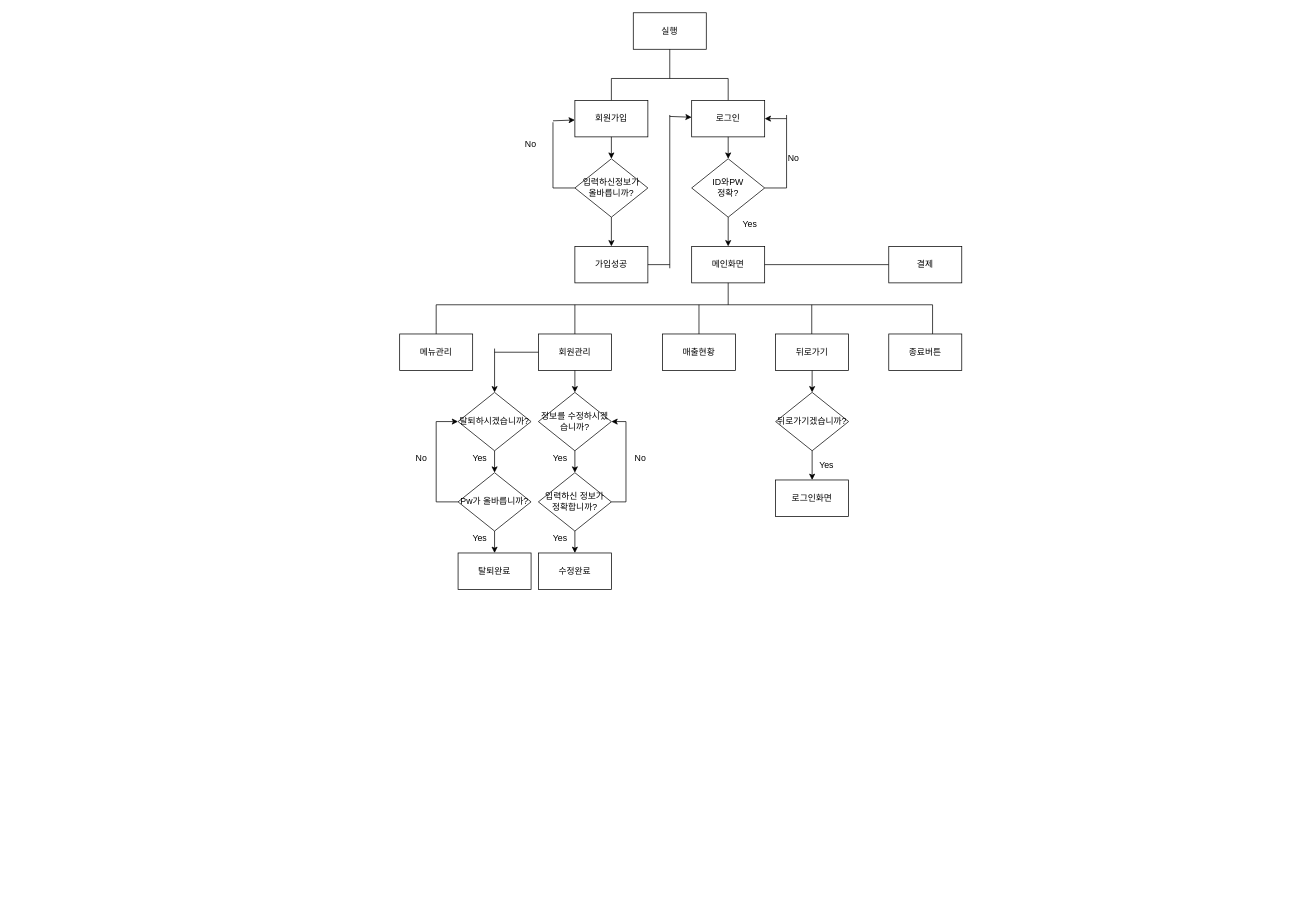
Before: Untitled Diagram.drawio in ckhoovv/bigdatajava, a draw.io diagram. Source tidied: cells renumbered, new cells numbered last; positions are measured from the earlier drawing's top-left corner, leaving out a move shared by most shapes. Both pictures are drawn from the tidied source at 73%, with x=0, y=0 at pixel (399, 12).
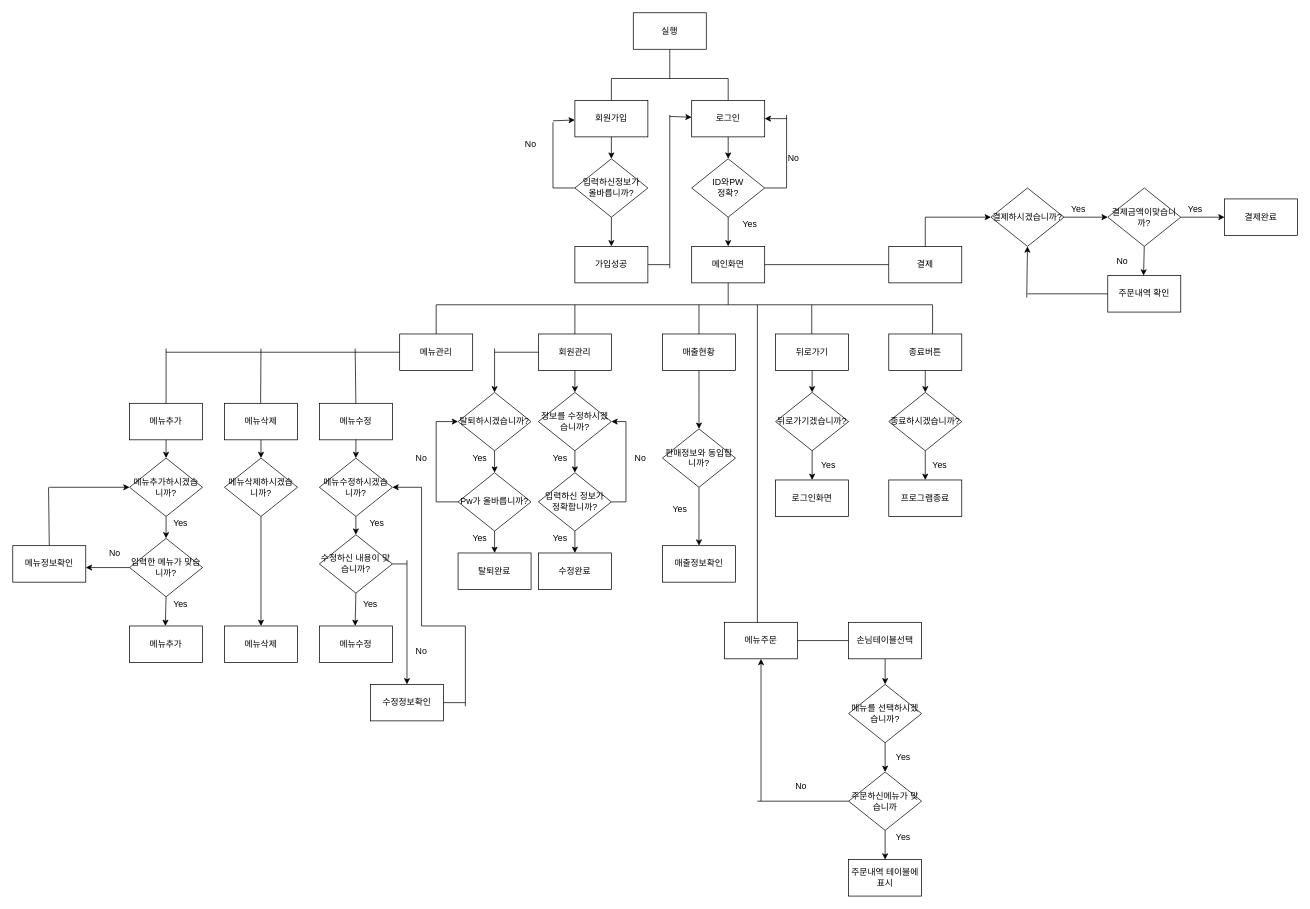
The same page after the edit.

Unchanged cells that the change refers to:
```xml
<mxCell id="33" value="메뉴관리&lt;br&gt;" style="rounded=0;whiteSpace=wrap;html=1;" parent="1" vertex="1">
  <mxGeometry y="440" width="100" height="50" as="geometry" />
</mxCell>
<mxCell id="34" value="종료버튼&lt;br&gt;" style="rounded=0;whiteSpace=wrap;html=1;" parent="1" vertex="1">
  <mxGeometry x="670" y="440" width="100" height="50" as="geometry" />
</mxCell>
<mxCell id="36" value="매출현황&lt;br&gt;" style="rounded=0;whiteSpace=wrap;html=1;" parent="1" vertex="1">
  <mxGeometry x="360" y="440" width="100" height="50" as="geometry" />
</mxCell>
<mxCell id="45" value="결제" style="rounded=0;whiteSpace=wrap;html=1;" parent="1" vertex="1">
  <mxGeometry x="670" y="320" width="100" height="50" as="geometry" />
</mxCell>
```

What changed in the source:
```diff
@@
+    <mxCell id="73" style="edgeStyle=orthogonalEdgeStyle;rounded=0;jettySize=auto;html=1;" parent="1" edge="1" source="36">
+      <mxGeometry relative="1" as="geometry">
+        <mxPoint x="410" y="570" as="targetPoint" />
+      </mxGeometry>
+    </mxCell>
@@
     <mxCell id="43" value="Yes" style="text;html=1;strokeColor=none;fillColor=none;align=center;verticalAlign=middle;whiteSpace=wrap;rounded=0;" parent="1" vertex="1">
-      <mxGeometry x="565" y="610" width="40" height="20" as="geometry" />
+      <mxGeometry x="570" y="610" width="35" height="20" as="geometry" />
     </mxCell>
@@
+    <mxCell id="74" style="endArrow=classic;html=1;exitX=0.5;exitY=1;exitDx=0;exitDy=0;entryX=0.5;entryY=0;entryDx=0;entryDy=0;" parent="1" edge="1" source="34" target="75">
+      <mxGeometry relative="1" as="geometry" />
+    </mxCell>
+    <mxCell id="75" value="종료하시겠습니까?" style="rhombus;whiteSpace=wrap;html=1;" parent="1" vertex="1">
+      <mxGeometry x="670" y="520" width="100" height="80" as="geometry" />
+    </mxCell>
+    <mxCell id="76" value="프로그램종료" style="rounded=0;whiteSpace=wrap;html=1;" parent="1" vertex="1">
+      <mxGeometry x="670" y="640" width="100" height="50" as="geometry" />
+    </mxCell>
+    <mxCell id="77" value="Yes" style="text;html=1;strokeColor=none;fillColor=none;align=center;verticalAlign=middle;whiteSpace=wrap;rounded=0;" parent="1" vertex="1">
+      <mxGeometry x="720" y="610" width="40" height="20" as="geometry" />
+    </mxCell>
+    <mxCell id="78" style="endArrow=classic;html=1;exitX=0.5;exitY=1;exitDx=0;exitDy=0;entryX=0.5;entryY=0;entryDx=0;entryDy=0;" parent="1" edge="1">
+      <mxGeometry relative="1" as="geometry">
+        <mxPoint x="720" y="600" as="sourcePoint" />
+        <mxPoint x="720" y="640" as="targetPoint" />
+        <Array as="points">
+          <mxPoint x="720" y="620" />
+        </Array>
+      </mxGeometry>
+    </mxCell>
+    <mxCell id="79" style="endArrow=none;html=1;entryX=0.5;entryY=0;entryDx=0;entryDy=0;" parent="1" edge="1" target="45">
+      <mxGeometry relative="1" as="geometry">
+        <mxPoint x="720" y="280" as="sourcePoint" />
+      </mxGeometry>
+    </mxCell>
+    <mxCell id="80" style="endArrow=classic;html=1;" parent="1" edge="1">
+      <mxGeometry relative="1" as="geometry">
+        <mxPoint x="720" y="280" as="sourcePoint" />
+        <mxPoint x="810" y="280" as="targetPoint" />
+      </mxGeometry>
+    </mxCell>
+    <mxCell id="81" style="endArrow=none;html=1;entryX=0;entryY=0.5;entryDx=0;entryDy=0;" parent="1" edge="1" target="33">
+      <mxGeometry relative="1" as="geometry">
+        <mxPoint x="-320" y="465" as="sourcePoint" />
+      </mxGeometry>
+    </mxCell>
+    <mxCell id="82" value="결제하시겠습니까?" style="rhombus;whiteSpace=wrap;html=1;" parent="1" vertex="1">
+      <mxGeometry x="810" y="240" width="100" height="80" as="geometry" />
+    </mxCell>
+    <mxCell id="83" style="endArrow=classic;html=1;exitX=1;exitY=0.5;exitDx=0;exitDy=0;" parent="1" edge="1" source="82">
+      <mxGeometry relative="1" as="geometry">
+        <mxPoint x="970" y="280" as="targetPoint" />
+      </mxGeometry>
+    </mxCell>
+    <mxCell id="84" value="결제금액이맞습니까?&lt;br&gt;" style="rhombus;whiteSpace=wrap;html=1;" parent="1" vertex="1">
+      <mxGeometry x="970" y="240" width="100" height="80" as="geometry" />
+    </mxCell>
+    <mxCell id="85" value="Yes" style="text;html=1;strokeColor=none;fillColor=none;align=center;verticalAlign=middle;whiteSpace=wrap;rounded=0;" parent="1" vertex="1">
+      <mxGeometry x="910" y="260" width="40" height="20" as="geometry" />
+    </mxCell>
+    <mxCell id="86" style="endArrow=classic;html=1;exitX=0.5;exitY=1;exitDx=0;exitDy=0;" parent="1" edge="1" source="84">
+      <mxGeometry relative="1" as="geometry">
+        <mxPoint x="1019" y="360" as="targetPoint" />
+      </mxGeometry>
+    </mxCell>
+    <mxCell id="87" value="주문내역 확인" style="rounded=0;whiteSpace=wrap;html=1;" parent="1" vertex="1">
+      <mxGeometry x="970" y="360" width="100" height="50" as="geometry" />
+    </mxCell>
+    <mxCell id="88" style="endArrow=classic;html=1;entryX=0.5;entryY=1;entryDx=0;entryDy=0;" parent="1" edge="1" target="82">
+      <mxGeometry relative="1" as="geometry">
+        <mxPoint x="859" y="390" as="sourcePoint" />
+      </mxGeometry>
+    </mxCell>
+    <mxCell id="89" style="endArrow=none;html=1;entryX=0;entryY=0.5;entryDx=0;entryDy=0;" parent="1" edge="1" target="87">
+      <mxGeometry relative="1" as="geometry">
+        <mxPoint x="860" y="385" as="sourcePoint" />
+      </mxGeometry>
+    </mxCell>
+    <mxCell id="90" value="No" style="text;html=1;strokeColor=none;fillColor=none;align=center;verticalAlign=middle;whiteSpace=wrap;rounded=0;" parent="1" vertex="1">
+      <mxGeometry x="970" y="330" width="40" height="20" as="geometry" />
+    </mxCell>
+    <mxCell id="91" style="endArrow=classic;html=1;exitX=1;exitY=0.5;exitDx=0;exitDy=0;" parent="1" edge="1" source="84">
+      <mxGeometry relative="1" as="geometry">
+        <mxPoint x="1130" y="280" as="targetPoint" />
+      </mxGeometry>
+    </mxCell>
+    <mxCell id="92" value="결제완료" style="rounded=0;whiteSpace=wrap;html=1;" parent="1" vertex="1">
+      <mxGeometry x="1130" y="255" width="100" height="50" as="geometry" />
+    </mxCell>
+    <mxCell id="93" value="Yes" style="text;html=1;strokeColor=none;fillColor=none;align=center;verticalAlign=middle;whiteSpace=wrap;rounded=0;" parent="1" vertex="1">
+      <mxGeometry x="1070" y="260" width="40" height="20" as="geometry" />
+    </mxCell>
+    <mxCell id="94" style="endArrow=none;html=1;" parent="1" edge="1">
+      <mxGeometry relative="1" as="geometry">
+        <mxPoint x="-190.5" y="535" as="sourcePoint" />
+        <mxPoint x="-190" y="460" as="targetPoint" />
+      </mxGeometry>
+    </mxCell>
+    <mxCell id="95" value="메뉴수정" style="rounded=0;whiteSpace=wrap;html=1;" parent="1" vertex="1">
+      <mxGeometry x="-110" y="535" width="100" height="50" as="geometry" />
+    </mxCell>
+    <mxCell id="96" value="메뉴삭제" style="rounded=0;whiteSpace=wrap;html=1;" parent="1" vertex="1">
+      <mxGeometry x="-240" y="535" width="100" height="50" as="geometry" />
+    </mxCell>
+    <mxCell id="97" value="메뉴추가&lt;br&gt;" style="rounded=0;whiteSpace=wrap;html=1;" parent="1" vertex="1">
+      <mxGeometry x="-370" y="535" width="100" height="50" as="geometry" />
+    </mxCell>
+    <mxCell id="98" style="endArrow=none;html=1;" parent="1" edge="1" source="97">
+      <mxGeometry relative="1" as="geometry">
+        <mxPoint x="-320" y="460" as="targetPoint" />
+      </mxGeometry>
+    </mxCell>
+    <mxCell id="99" style="endArrow=none;html=1;entryX=0.5;entryY=0;entryDx=0;entryDy=0;" parent="1" edge="1" target="95">
+      <mxGeometry relative="1" as="geometry">
+        <mxPoint x="-61" y="460" as="sourcePoint" />
+      </mxGeometry>
+    </mxCell>
+    <mxCell id="100" value="메뉴추가하시겠습니까?&lt;br&gt;" style="rhombus;whiteSpace=wrap;html=1;" parent="1" vertex="1">
+      <mxGeometry x="-370" y="610" width="100" height="80" as="geometry" />
+    </mxCell>
+    <mxCell id="101" style="endArrow=classic;html=1;exitX=0.5;exitY=1;exitDx=0;exitDy=0;" parent="1" edge="1" source="97">
+      <mxGeometry relative="1" as="geometry">
+        <mxPoint x="-320" y="610" as="targetPoint" />
+      </mxGeometry>
+    </mxCell>
+    <mxCell id="102" value="입력한 메뉴가 맞습니까?" style="rhombus;whiteSpace=wrap;html=1;" parent="1" vertex="1">
+      <mxGeometry x="-370" y="720" width="100" height="80" as="geometry" />
+    </mxCell>
+    <mxCell id="103" style="endArrow=classic;html=1;exitX=0.5;exitY=1;exitDx=0;exitDy=0;" parent="1" edge="1" source="100">
+      <mxGeometry relative="1" as="geometry">
+        <mxPoint x="-320" y="720" as="targetPoint" />
+      </mxGeometry>
+    </mxCell>
+    <mxCell id="104" value="Yes" style="text;html=1;strokeColor=none;fillColor=none;align=center;verticalAlign=middle;whiteSpace=wrap;rounded=0;" parent="1" vertex="1">
+      <mxGeometry x="-320" y="690" width="40" height="20" as="geometry" />
+    </mxCell>
+    <mxCell id="105" style="endArrow=classic;html=1;exitX=0;exitY=0.5;exitDx=0;exitDy=0;" parent="1" edge="1" source="102">
+      <mxGeometry relative="1" as="geometry">
+        <mxPoint x="-430" y="760" as="targetPoint" />
+      </mxGeometry>
+    </mxCell>
+    <mxCell id="106" value="메뉴정보확인" style="rounded=0;whiteSpace=wrap;html=1;" parent="1" vertex="1">
+      <mxGeometry x="-530" y="730" width="100" height="50" as="geometry" />
+    </mxCell>
+    <mxCell id="107" style="endArrow=none;html=1;entryX=0.5;entryY=0;entryDx=0;entryDy=0;" parent="1" edge="1" target="106">
+      <mxGeometry relative="1" as="geometry">
+        <mxPoint x="-481" y="650" as="sourcePoint" />
+      </mxGeometry>
+    </mxCell>
+    <mxCell id="108" style="endArrow=classic;html=1;entryX=0;entryY=0.5;entryDx=0;entryDy=0;" parent="1" edge="1" target="100">
+      <mxGeometry relative="1" as="geometry">
+        <mxPoint x="-480" y="650" as="sourcePoint" />
+      </mxGeometry>
+    </mxCell>
+    <mxCell id="109" value="No" style="text;html=1;strokeColor=none;fillColor=none;align=center;verticalAlign=middle;whiteSpace=wrap;rounded=0;" parent="1" vertex="1">
+      <mxGeometry x="-410" y="730" width="40" height="20" as="geometry" />
+    </mxCell>
+    <mxCell id="110" style="endArrow=classic;html=1;exitX=0.5;exitY=1;exitDx=0;exitDy=0;" parent="1" edge="1" source="102">
+      <mxGeometry relative="1" as="geometry">
+        <mxPoint x="-321" y="840" as="targetPoint" />
+      </mxGeometry>
+    </mxCell>
+    <mxCell id="111" value="메뉴추가" style="rounded=0;whiteSpace=wrap;html=1;" parent="1" vertex="1">
+      <mxGeometry x="-370" y="840" width="100" height="50" as="geometry" />
+    </mxCell>
+    <mxCell id="112" value="Yes" style="text;html=1;strokeColor=none;fillColor=none;align=center;verticalAlign=middle;whiteSpace=wrap;rounded=0;" parent="1" vertex="1">
+      <mxGeometry x="-320" y="800" width="40" height="20" as="geometry" />
+    </mxCell>
+    <mxCell id="113" style="endArrow=classic;html=1;exitX=0.5;exitY=1;exitDx=0;exitDy=0;" parent="1" edge="1" source="96">
+      <mxGeometry relative="1" as="geometry">
+        <mxPoint x="-190" y="610" as="targetPoint" />
+      </mxGeometry>
+    </mxCell>
+    <mxCell id="114" value="메뉴삭제하시겠습니까?&lt;br&gt;" style="rhombus;whiteSpace=wrap;html=1;" parent="1" vertex="1">
+      <mxGeometry x="-240" y="610" width="100" height="80" as="geometry" />
+    </mxCell>
+    <mxCell id="115" style="endArrow=classic;html=1;exitX=0.5;exitY=1;exitDx=0;exitDy=0;" parent="1" edge="1" source="114">
+      <mxGeometry relative="1" as="geometry">
+        <mxPoint x="-190" y="840" as="targetPoint" />
+      </mxGeometry>
+    </mxCell>
+    <mxCell id="116" value="메뉴삭제" style="rounded=0;whiteSpace=wrap;html=1;" parent="1" vertex="1">
+      <mxGeometry x="-240" y="840" width="100" height="50" as="geometry" />
+    </mxCell>
+    <mxCell id="117" style="endArrow=classic;html=1;exitX=0.5;exitY=1;exitDx=0;exitDy=0;" parent="1" edge="1">
+      <mxGeometry relative="1" as="geometry">
+        <mxPoint x="-59.9" y="584.5" as="sourcePoint" />
+        <mxPoint x="-60" y="610" as="targetPoint" />
+      </mxGeometry>
+    </mxCell>
+    <mxCell id="118" value="메뉴수정하시겠습니까?&lt;br&gt;" style="rhombus;whiteSpace=wrap;html=1;" parent="1" vertex="1">
+      <mxGeometry x="-110" y="610" width="100" height="80" as="geometry" />
+    </mxCell>
+    <mxCell id="119" style="endArrow=classic;html=1;exitX=0.5;exitY=1;exitDx=0;exitDy=0;entryX=0.5;entryY=0;entryDx=0;entryDy=0;" parent="1" edge="1" source="118" target="120">
+      <mxGeometry relative="1" as="geometry" />
+    </mxCell>
+    <mxCell id="120" value="수정하신 내용이 맞습니까?&lt;br&gt;" style="rhombus;whiteSpace=wrap;html=1;" parent="1" vertex="1">
+      <mxGeometry x="-110" y="715" width="100" height="80" as="geometry" />
+    </mxCell>
+    <mxCell id="121" value="Yes" style="text;html=1;strokeColor=none;fillColor=none;align=center;verticalAlign=middle;whiteSpace=wrap;rounded=0;" parent="1" vertex="1">
+      <mxGeometry x="-51" y="690" width="40" height="20" as="geometry" />
+    </mxCell>
+    <mxCell id="122" value="Yes" style="text;html=1;strokeColor=none;fillColor=none;align=center;verticalAlign=middle;whiteSpace=wrap;rounded=0;" parent="1" vertex="1">
+      <mxGeometry x="-60" y="800" width="40" height="20" as="geometry" />
+    </mxCell>
+    <mxCell id="123" style="endArrow=classic;html=1;exitX=0.5;exitY=1;exitDx=0;exitDy=0;" parent="1" edge="1" source="120">
+      <mxGeometry relative="1" as="geometry">
+        <mxPoint x="-61" y="840" as="targetPoint" />
+      </mxGeometry>
+    </mxCell>
+    <mxCell id="124" value="메뉴수정" style="rounded=0;whiteSpace=wrap;html=1;" parent="1" vertex="1">
+      <mxGeometry x="-110" y="840" width="100" height="50" as="geometry" />
+    </mxCell>
+    <mxCell id="125" style="endArrow=classic;html=1;" parent="1" edge="1">
+      <mxGeometry relative="1" as="geometry">
+        <mxPoint x="10" y="750" as="sourcePoint" />
+        <mxPoint x="10" y="920" as="targetPoint" />
+      </mxGeometry>
+    </mxCell>
+    <mxCell id="126" style="endArrow=none;html=1;entryX=1;entryY=0.5;entryDx=0;entryDy=0;" parent="1" edge="1" target="120">
+      <mxGeometry relative="1" as="geometry">
+        <mxPoint x="10" y="755" as="sourcePoint" />
+      </mxGeometry>
+    </mxCell>
+    <mxCell id="127" value="수정정보확인" style="rounded=0;whiteSpace=wrap;html=1;" parent="1" vertex="1">
+      <mxGeometry x="-40" y="920" width="100" height="50" as="geometry" />
+    </mxCell>
+    <mxCell id="128" value="No" style="text;html=1;strokeColor=none;fillColor=none;align=center;verticalAlign=middle;whiteSpace=wrap;rounded=0;" parent="1" vertex="1">
+      <mxGeometry x="10" y="865" width="40" height="20" as="geometry" />
+    </mxCell>
+    <mxCell id="129" style="endArrow=none;html=1;entryX=1;entryY=0.5;entryDx=0;entryDy=0;" parent="1" edge="1" target="127">
+      <mxGeometry relative="1" as="geometry">
+        <mxPoint x="90" y="945" as="sourcePoint" />
+      </mxGeometry>
+    </mxCell>
+    <mxCell id="130" style="endArrow=none;html=1;" parent="1" edge="1">
+      <mxGeometry relative="1" as="geometry">
+        <mxPoint x="90" y="840" as="sourcePoint" />
+        <mxPoint x="90" y="950" as="targetPoint" />
+      </mxGeometry>
+    </mxCell>
+    <mxCell id="131" style="endArrow=none;html=1;" parent="1" edge="1">
+      <mxGeometry relative="1" as="geometry">
+        <mxPoint x="90" y="840" as="sourcePoint" />
+        <mxPoint x="30" y="840" as="targetPoint" />
+      </mxGeometry>
+    </mxCell>
+    <mxCell id="132" style="endArrow=none;html=1;" parent="1" edge="1">
+      <mxGeometry relative="1" as="geometry">
+        <mxPoint x="30" y="650" as="sourcePoint" />
+        <mxPoint x="30" y="840" as="targetPoint" />
+      </mxGeometry>
+    </mxCell>
+    <mxCell id="133" style="endArrow=classic;html=1;" parent="1" edge="1" target="118">
+      <mxGeometry relative="1" as="geometry">
+        <mxPoint x="30" y="650" as="sourcePoint" />
+      </mxGeometry>
+    </mxCell>
+    <mxCell id="134" style="endArrow=none;html=1;exitX=0.45;exitY=0.3;exitDx=0;exitDy=0;exitPerimeter=0;" parent="1" edge="1" source="135">
+      <mxGeometry relative="1" as="geometry">
+        <mxPoint x="490" y="400" as="targetPoint" />
+      </mxGeometry>
+    </mxCell>
+    <mxCell id="135" value="메뉴주문" style="rounded=0;whiteSpace=wrap;html=1;" parent="1" vertex="1">
+      <mxGeometry x="445" y="835" width="100" height="50" as="geometry" />
+    </mxCell>
+    <mxCell id="136" style="endArrow=none;html=1;entryX=1;entryY=0.5;entryDx=0;entryDy=0;exitX=0;exitY=0.5;exitDx=0;exitDy=0;" parent="1" edge="1" source="137" target="135">
+      <mxGeometry relative="1" as="geometry" />
+    </mxCell>
+    <mxCell id="137" value="손님테이블선택" style="rounded=0;whiteSpace=wrap;html=1;" parent="1" vertex="1">
+      <mxGeometry x="615" y="835" width="100" height="50" as="geometry" />
+    </mxCell>
+    <mxCell id="138" style="endArrow=classic;html=1;exitX=0.5;exitY=1;exitDx=0;exitDy=0;" parent="1" edge="1" source="137">
+      <mxGeometry relative="1" as="geometry">
+        <mxPoint x="665" y="920" as="targetPoint" />
+      </mxGeometry>
+    </mxCell>
+    <mxCell id="139" value="메뉴를 선택하시겠습니까?&lt;br&gt;" style="rhombus;whiteSpace=wrap;html=1;" parent="1" vertex="1">
+      <mxGeometry x="615" y="920" width="100" height="80" as="geometry" />
+    </mxCell>
+    <mxCell id="140" style="endArrow=classic;html=1;exitX=0.5;exitY=1;exitDx=0;exitDy=0;" parent="1" edge="1" source="139">
+      <mxGeometry relative="1" as="geometry">
+        <mxPoint x="665" y="1040" as="targetPoint" />
+      </mxGeometry>
+    </mxCell>
+    <mxCell id="141" value="주문하신메뉴가 맞습니까&lt;br&gt;" style="rhombus;whiteSpace=wrap;html=1;" parent="1" vertex="1">
+      <mxGeometry x="615" y="1040" width="100" height="80" as="geometry" />
+    </mxCell>
+    <mxCell id="142" value="Yes" style="text;html=1;strokeColor=none;fillColor=none;align=center;verticalAlign=middle;whiteSpace=wrap;rounded=0;" parent="1" vertex="1">
+      <mxGeometry x="670" y="1010" width="40" height="20" as="geometry" />
+    </mxCell>
+    <mxCell id="143" style="endArrow=none;html=1;entryX=0;entryY=0.5;entryDx=0;entryDy=0;" parent="1" edge="1" target="141">
+      <mxGeometry relative="1" as="geometry">
+        <mxPoint x="490" y="1080" as="sourcePoint" />
+      </mxGeometry>
+    </mxCell>
+    <mxCell id="144" style="endArrow=classic;html=1;entryX=0.5;entryY=1;entryDx=0;entryDy=0;" parent="1" edge="1" target="135">
+      <mxGeometry relative="1" as="geometry">
+        <mxPoint x="495" y="1080" as="sourcePoint" />
+      </mxGeometry>
+    </mxCell>
+    <mxCell id="145" value="No" style="text;html=1;strokeColor=none;fillColor=none;align=center;verticalAlign=middle;whiteSpace=wrap;rounded=0;" parent="1" vertex="1">
+      <mxGeometry x="530" y="1050" width="40" height="20" as="geometry" />
+    </mxCell>
+    <mxCell id="146" style="endArrow=classic;html=1;exitX=0.5;exitY=1;exitDx=0;exitDy=0;entryX=0.5;entryY=0;entryDx=0;entryDy=0;" parent="1" edge="1" source="141" target="147">
+      <mxGeometry relative="1" as="geometry" />
+    </mxCell>
+    <mxCell id="147" value="주문내역 테이블에 표시" style="rounded=0;whiteSpace=wrap;html=1;" parent="1" vertex="1">
+      <mxGeometry x="615" y="1160" width="100" height="50" as="geometry" />
+    </mxCell>
+    <mxCell id="148" value="Yes" style="text;html=1;strokeColor=none;fillColor=none;align=center;verticalAlign=middle;whiteSpace=wrap;rounded=0;" parent="1" vertex="1">
+      <mxGeometry x="670" y="1120" width="40" height="20" as="geometry" />
+    </mxCell>
+    <mxCell id="149" style="edgeStyle=orthogonalEdgeStyle;rounded=0;jettySize=auto;html=1;" parent="1" edge="1" source="150">
+      <mxGeometry relative="1" as="geometry">
+        <mxPoint x="410" y="730" as="targetPoint" />
+      </mxGeometry>
+    </mxCell>
+    <mxCell id="150" value="판매정보와 동입합니까?" style="rhombus;whiteSpace=wrap;html=1;" parent="1" vertex="1">
+      <mxGeometry x="360" y="570" width="100" height="80" as="geometry" />
+    </mxCell>
+    <mxCell id="151" value="매출정보확인" style="rounded=0;whiteSpace=wrap;html=1;" parent="1" vertex="1">
+      <mxGeometry x="360" y="730" width="100" height="50" as="geometry" />
+    </mxCell>
+    <mxCell id="152" value="Yes" style="text;html=1;strokeColor=none;fillColor=none;align=center;verticalAlign=middle;whiteSpace=wrap;rounded=0;" parent="1" vertex="1">
+      <mxGeometry x="363.5" y="670" width="40" height="20" as="geometry" />
+    </mxCell>
```
